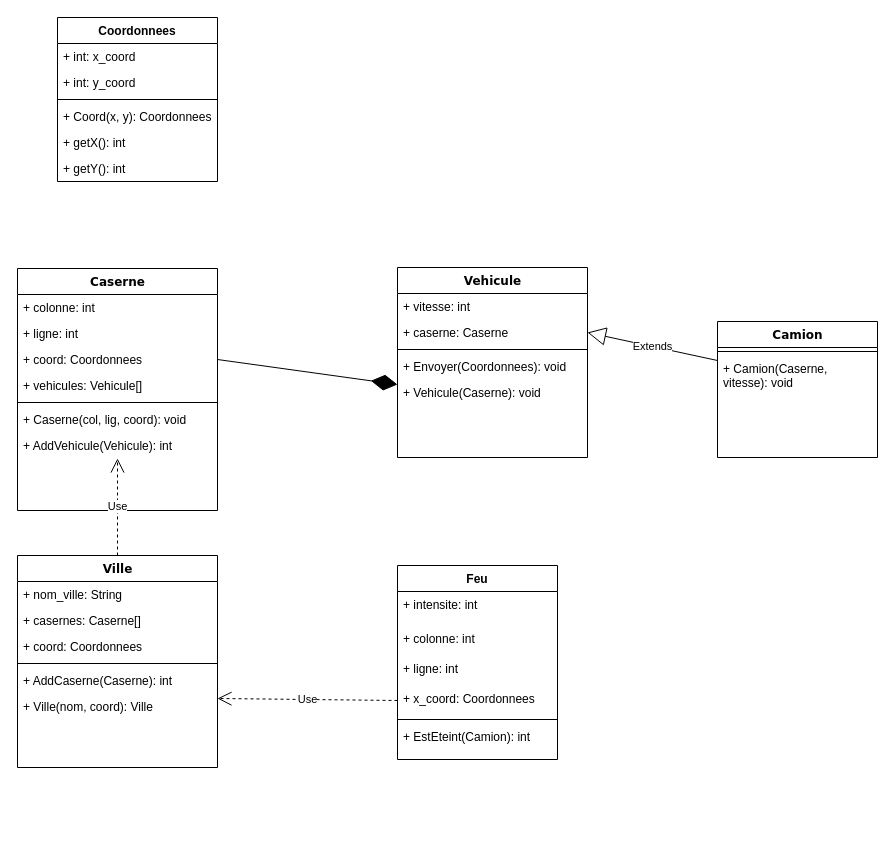
This is Archi_Schema/Diagramme_Classe_Manager.drawio from SimSua/projet_transversal, a draw.io file, before an edit. Source tidied: cells renumbered, new cells numbered last; positions are measured from the earlier drawing's top-left corner, leaving out a move shared by most shapes. Both pictures are drawn from the tidied source at 100%, with x=0, y=0 at pixel (17, 17).
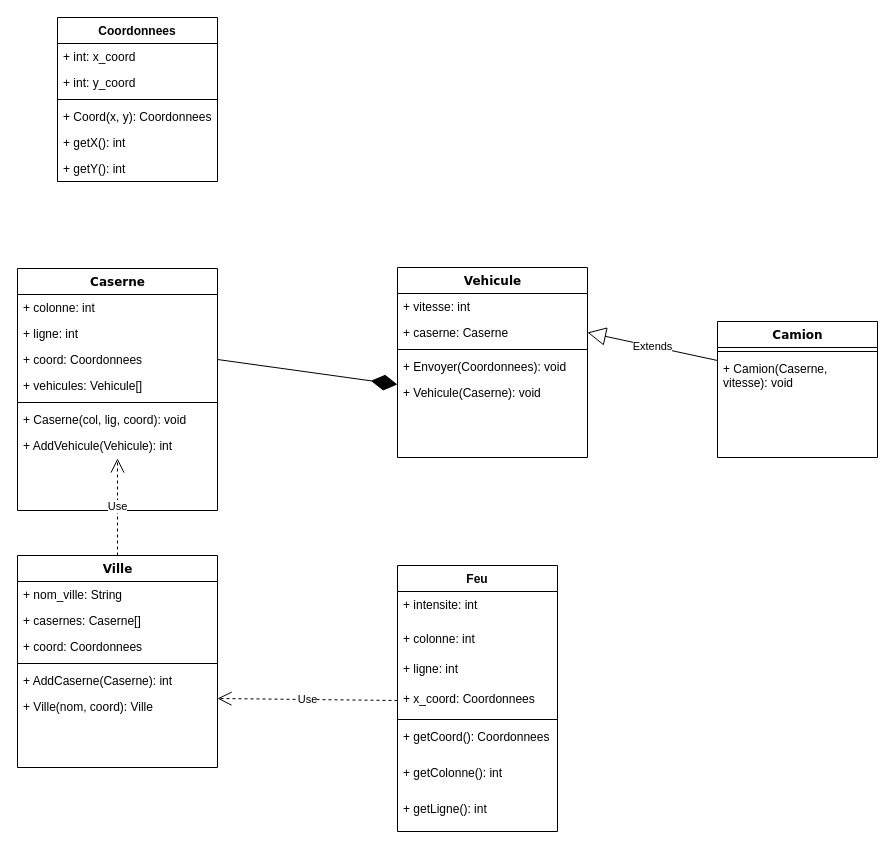
The same diagram, later.

What changed in the source:
```diff
@@
     <mxCell id="26" value="Feu" style="swimlane;fontStyle=1;align=center;verticalAlign=top;horizontal=1;startSize=26;" parent="1" vertex="1">
-      <mxGeometry x="380" y="548" width="160" height="194" as="geometry" />
+      <mxGeometry x="380" y="548" width="160" height="266" as="geometry" />
     </mxCell>
@@
-    <mxCell id="32" value="+ EstEteint(Camion): int" style="text;strokeColor=none;fillColor=none;align=left;verticalAlign=top;spacingLeft=4;spacingRight=4;overflow=hidden;" parent="26" vertex="1">
+    <mxCell id="32" value="+ getCoord(): Coordonnees&#10;" style="text;strokeColor=none;fillColor=none;align=left;verticalAlign=top;spacingLeft=4;spacingRight=4;overflow=hidden;" parent="26" vertex="1">
       <mxGeometry y="158" width="160" height="36" as="geometry" />
     </mxCell>
+    <mxCell id="44" value="+ getColonne(): int&#10; &#10;" style="text;strokeColor=none;fillColor=none;align=left;verticalAlign=top;spacingLeft=4;spacingRight=4;overflow=hidden;" parent="26" vertex="1">
+      <mxGeometry y="194" width="160" height="36" as="geometry" />
+    </mxCell>
+    <mxCell id="45" value="+ getLigne(): int&#10; &#10;" style="text;strokeColor=none;fillColor=none;align=left;verticalAlign=top;spacingLeft=4;spacingRight=4;overflow=hidden;" parent="26" vertex="1">
+      <mxGeometry y="230" width="160" height="36" as="geometry" />
+    </mxCell>
```
